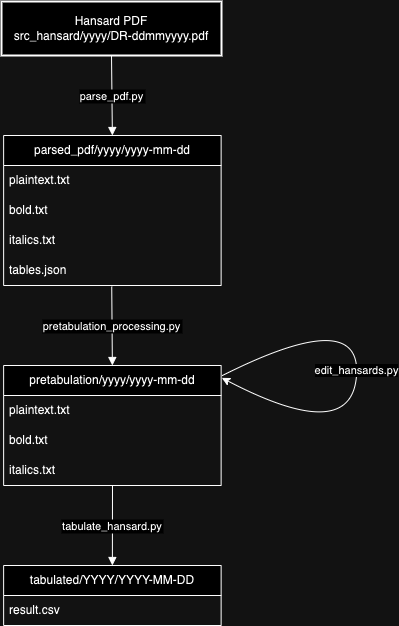
Above: README_images/usage.png in govtechmy/hansards-dataproc (draw.io), before the change. Source tidied: cells renumbered, new cells last; positions are measured from the earlier drawing's top-left corner, leaving out a move shared by most shapes.
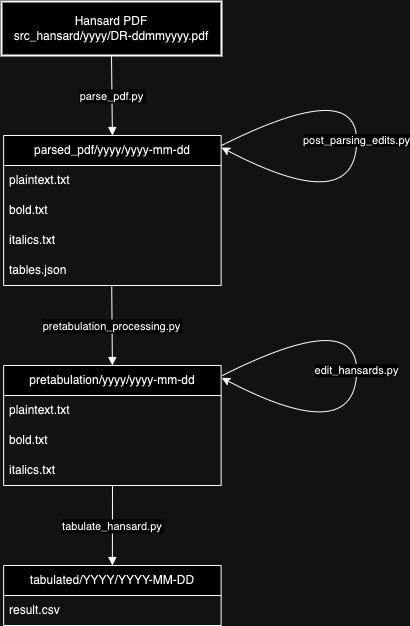
After the commit.

The edit, as a diff of the source:
```diff
@@ -57,5 +57,15 @@
         <mxPoint x="111" y="484" as="sourcePoint" />
       </mxGeometry>
     </mxCell>
+    <mxCell id="18" value="post_parsing_edits.py" style="curved=1;endArrow=classic;html=1;rounded=0;exitX=1.003;exitY=0.086;exitDx=0;exitDy=0;exitPerimeter=0;entryX=1.003;entryY=0.103;entryDx=0;entryDy=0;entryPerimeter=0;" parent="1" edge="1">
+      <mxGeometry relative="1" as="geometry">
+        <mxPoint x="220" y="144" as="sourcePoint" />
+        <mxPoint x="220" y="146" as="targetPoint" />
+        <Array as="points">
+          <mxPoint x="360" y="74" />
+          <mxPoint x="350" y="214" />
+        </Array>
+      </mxGeometry>
+    </mxCell>
   </root>
 </mxGraphModel>
```
